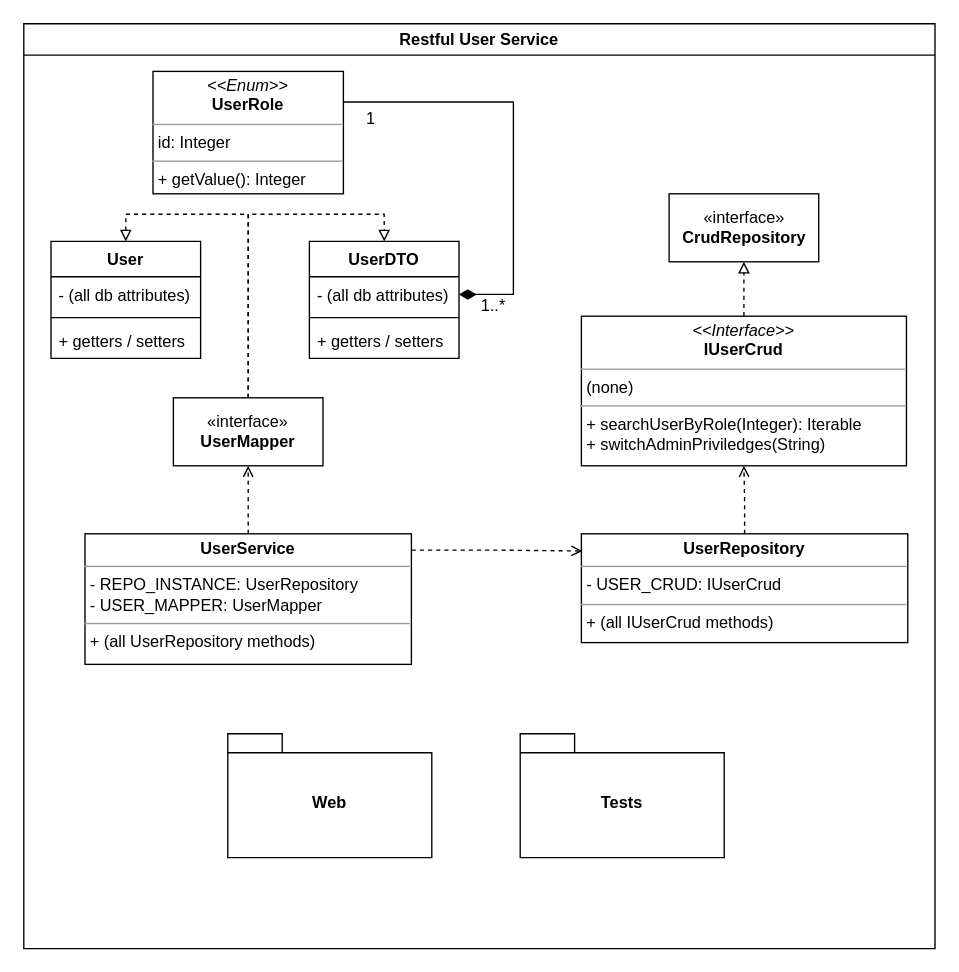
The draw.io diagram diagrams/user_service_class_diagram.drawio in NM4TT/Restful-CRUD-App, before the edit. Source tidied: cells renumbered, new cells numbered last; positions are measured from the earlier drawing's top-left corner, leaving out a move shared by most shapes. Both pictures are drawn from the tidied source at 136%, with x=0, y=0 at pixel (23, 23).
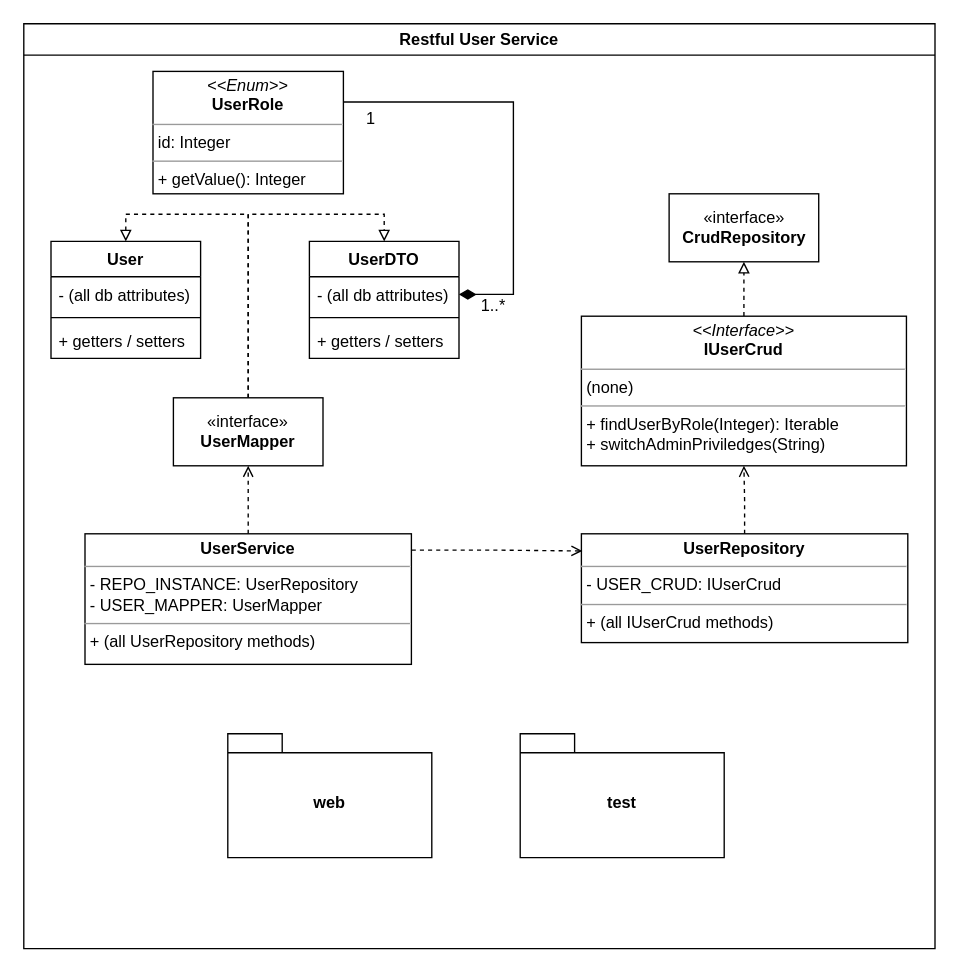
After the change.

The change refers to these unchanged cells:
```xml
<mxCell id="2" value="Restful User Service" style="swimlane;whiteSpace=wrap;html=1;" parent="1" vertex="1">
  <mxGeometry width="670" height="680" as="geometry" />
</mxCell>
```

Change to the diagram source:
```diff
@@
-    <mxCell id="15" value="&lt;p style=&quot;margin:0px;margin-top:4px;text-align:center;&quot;&gt;&lt;i&gt;&amp;lt;&amp;lt;Interface&amp;gt;&amp;gt;&lt;/i&gt;&lt;br&gt;&lt;b&gt;IUserCrud&lt;/b&gt;&lt;/p&gt;&lt;hr size=&quot;1&quot;&gt;&lt;p style=&quot;margin:0px;margin-left:4px;&quot;&gt;(none)&lt;/p&gt;&lt;hr size=&quot;1&quot;&gt;&lt;p style=&quot;margin:0px;margin-left:4px;&quot;&gt;+ searchUserByRole(Integer): Iterable&lt;br&gt;+ switchAdminPriviledges(String)&lt;/p&gt;" style="verticalAlign=top;align=left;overflow=fill;fontSize=12;fontFamily=Helvetica;html=1;whiteSpace=wrap;" parent="2" vertex="1">
+    <mxCell id="15" value="&lt;p style=&quot;margin:0px;margin-top:4px;text-align:center;&quot;&gt;&lt;i&gt;&amp;lt;&amp;lt;Interface&amp;gt;&amp;gt;&lt;/i&gt;&lt;br&gt;&lt;b&gt;IUserCrud&lt;/b&gt;&lt;/p&gt;&lt;hr size=&quot;1&quot;&gt;&lt;p style=&quot;margin:0px;margin-left:4px;&quot;&gt;(none)&lt;/p&gt;&lt;hr size=&quot;1&quot;&gt;&lt;p style=&quot;margin:0px;margin-left:4px;&quot;&gt;+ findUserByRole(Integer): Iterable&lt;br&gt;+ switchAdminPriviledges(String)&lt;/p&gt;" style="verticalAlign=top;align=left;overflow=fill;fontSize=12;fontFamily=Helvetica;html=1;whiteSpace=wrap;" parent="2" vertex="1">
       <mxGeometry x="410" y="215" width="239" height="110" as="geometry" />
     </mxCell>
@@
-    <mxCell id="23" value="Web" style="shape=folder;fontStyle=1;spacingTop=10;tabWidth=40;tabHeight=14;tabPosition=left;html=1;whiteSpace=wrap;" parent="2" vertex="1">
+    <mxCell id="23" value="web" style="shape=folder;fontStyle=1;spacingTop=10;tabWidth=40;tabHeight=14;tabPosition=left;html=1;whiteSpace=wrap;" parent="2" vertex="1">
       <mxGeometry x="150" y="522" width="150" height="91.1" as="geometry" />
     </mxCell>
-    <mxCell id="24" value="Tests" style="shape=folder;fontStyle=1;spacingTop=10;tabWidth=40;tabHeight=14;tabPosition=left;html=1;whiteSpace=wrap;" parent="2" vertex="1">
+    <mxCell id="24" value="test" style="shape=folder;fontStyle=1;spacingTop=10;tabWidth=40;tabHeight=14;tabPosition=left;html=1;whiteSpace=wrap;" parent="2" vertex="1">
       <mxGeometry x="365" y="522" width="150" height="91.1" as="geometry" />
     </mxCell>
```
